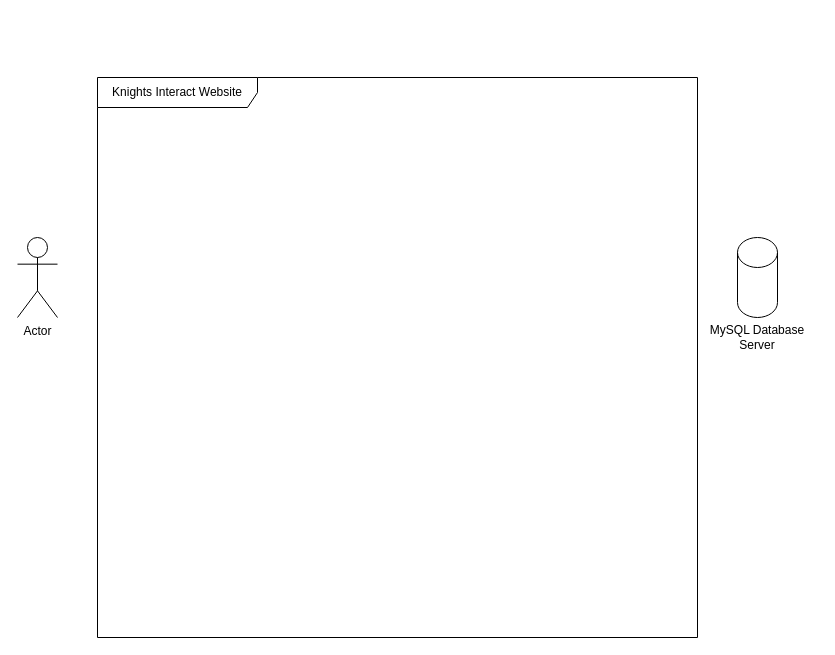
The draw.io diagram Untitled Diagram.drawio in MWaldrep2000/COP4331-26-Fall2020, before the edit. Source tidied: cells renumbered, new cells numbered last; positions are measured from the earlier drawing's top-left corner, leaving out a move shared by most shapes. Both pictures are drawn from the tidied source at 100%, with x=0, y=0 at pixel (17, 77).
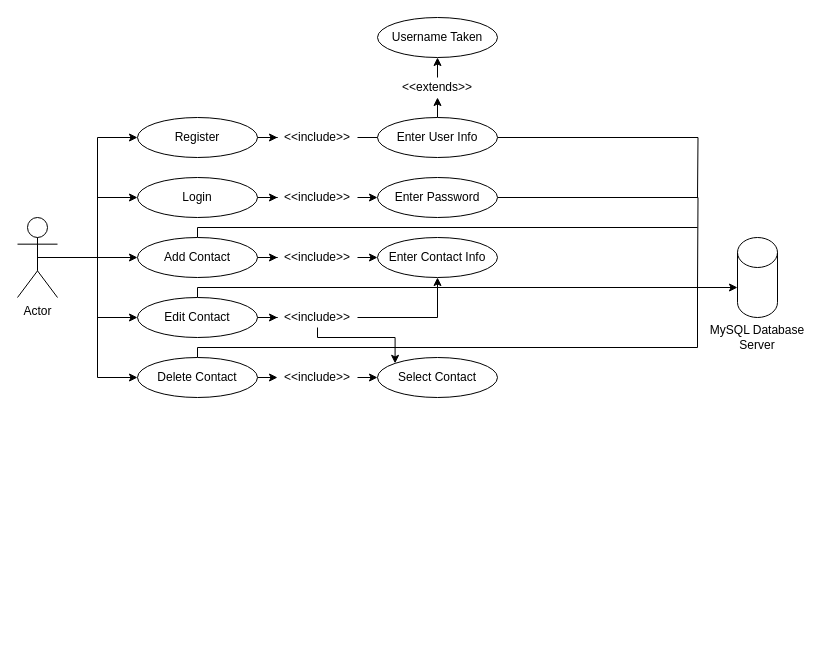
After the change.

Unchanged cells that the change refers to:
```xml
<mxCell id="4" style="shape=cylinder2;whiteSpace=wrap;html=1;boundedLbl=1;backgroundOutline=1;size=15;" parent="1" vertex="1">
  <mxGeometry x="720" y="160" width="40" height="80" as="geometry" />
</mxCell>
```

Diff of the diagram source:
```diff
@@
+    <mxCell id="6" style="edgeStyle=orthogonalEdgeStyle;rounded=0;jettySize=auto;html=1;exitX=0.5;exitY=0.5;exitDx=0;exitDy=0;exitPerimeter=0;" parent="1" edge="1" source="2" target="14">
+      <mxGeometry relative="1" as="geometry">
+        <Array as="points">
+          <mxPoint x="80" y="180" />
+          <mxPoint x="80" y="60" />
+        </Array>
+      </mxGeometry>
+    </mxCell>
+    <mxCell id="7" style="edgeStyle=orthogonalEdgeStyle;rounded=0;jettySize=auto;html=1;exitX=0.5;exitY=0.5;exitDx=0;exitDy=0;exitPerimeter=0;" parent="1" edge="1" source="2" target="12">
+      <mxGeometry relative="1" as="geometry">
+        <Array as="points">
+          <mxPoint x="80" y="180" />
+          <mxPoint x="80" y="120" />
+        </Array>
+      </mxGeometry>
+    </mxCell>
+    <mxCell id="8" style="edgeStyle=orthogonalEdgeStyle;rounded=0;jettySize=auto;html=1;exitX=0.5;exitY=0.5;exitDx=0;exitDy=0;exitPerimeter=0;entryX=0;entryY=0.5;entryDx=0;entryDy=0;" parent="1" edge="1" source="2" target="30">
+      <mxGeometry relative="1" as="geometry" />
+    </mxCell>
+    <mxCell id="9" style="edgeStyle=orthogonalEdgeStyle;rounded=0;jettySize=auto;html=1;exitX=0.5;exitY=0.5;exitDx=0;exitDy=0;exitPerimeter=0;entryX=0;entryY=0.5;entryDx=0;entryDy=0;" parent="1" edge="1" source="2" target="36">
+      <mxGeometry relative="1" as="geometry" />
+    </mxCell>
+    <mxCell id="10" style="edgeStyle=orthogonalEdgeStyle;rounded=0;jettySize=auto;html=1;exitX=0.5;exitY=0.5;exitDx=0;exitDy=0;exitPerimeter=0;entryX=0;entryY=0.5;entryDx=0;entryDy=0;" parent="1" edge="1" source="2" target="42">
+      <mxGeometry relative="1" as="geometry" />
+    </mxCell>
     <mxCell id="2" value="Actor" style="shape=umlActor;verticalLabelPosition=bottom;verticalAlign=top;html=1;outlineConnect=0;" parent="1" vertex="1">
-      <mxGeometry y="160" width="40" height="80" as="geometry" />
+      <mxGeometry y="140" width="40" height="80" as="geometry" />
     </mxCell>
-    <mxCell id="3" value="Knights Interact Website" style="shape=umlFrame;whiteSpace=wrap;html=1;width=160;height=30;" parent="1" vertex="1">
-      <mxGeometry x="80" width="600" height="560" as="geometry" />
-    </mxCell>
@@
+    <mxCell id="11" style="edgeStyle=orthogonalEdgeStyle;rounded=0;jettySize=auto;html=1;exitX=1;exitY=0.5;exitDx=0;exitDy=0;" parent="1" edge="1" source="12" target="27">
+      <mxGeometry relative="1" as="geometry" />
+    </mxCell>
+    <mxCell id="12" value="Login" style="ellipse;whiteSpace=wrap;html=1;" parent="1" vertex="1">
+      <mxGeometry x="120" y="100" width="120" height="40" as="geometry" />
+    </mxCell>
+    <mxCell id="13" style="edgeStyle=orthogonalEdgeStyle;rounded=0;jettySize=auto;html=1;exitX=1;exitY=0.5;exitDx=0;exitDy=0;" parent="1" edge="1" source="14" target="23">
+      <mxGeometry relative="1" as="geometry" />
+    </mxCell>
+    <mxCell id="14" value="Register" style="ellipse;whiteSpace=wrap;html=1;" parent="1" vertex="1">
+      <mxGeometry x="120" y="40" width="120" height="40" as="geometry" />
+    </mxCell>
+    <mxCell id="15" style="edgeStyle=orthogonalEdgeStyle;rounded=0;jettySize=auto;html=1;exitX=1;exitY=0.5;exitDx=0;exitDy=0;endArrow=none;endFill=0;" parent="1" edge="1" source="18">
+      <mxGeometry relative="1" as="geometry">
+        <mxPoint x="680" y="120" as="targetPoint" />
+      </mxGeometry>
+    </mxCell>
+    <mxCell id="16" value="Username Taken" style="ellipse;whiteSpace=wrap;html=1;" parent="1" vertex="1">
+      <mxGeometry x="360" y="-60" width="120" height="40" as="geometry" />
+    </mxCell>
+    <mxCell id="17" style="edgeStyle=orthogonalEdgeStyle;rounded=0;jettySize=auto;html=1;exitX=0.5;exitY=0;exitDx=0;exitDy=0;entryX=0.5;entryY=1;entryDx=0;entryDy=0;endArrow=classic;endFill=1;" parent="1" edge="1" source="18" target="20">
+      <mxGeometry relative="1" as="geometry" />
+    </mxCell>
+    <mxCell id="18" value="Enter User Info" style="ellipse;whiteSpace=wrap;html=1;" parent="1" vertex="1">
+      <mxGeometry x="360" y="40" width="120" height="40" as="geometry" />
+    </mxCell>
+    <mxCell id="19" style="edgeStyle=orthogonalEdgeStyle;rounded=0;jettySize=auto;html=1;exitX=0.5;exitY=0;exitDx=0;exitDy=0;entryX=0.5;entryY=1;entryDx=0;entryDy=0;endArrow=classic;endFill=1;" parent="1" edge="1" source="20" target="16">
+      <mxGeometry relative="1" as="geometry" />
+    </mxCell>
+    <mxCell id="20" value="&amp;lt;&amp;lt;extends&amp;gt;&amp;gt;" style="text;html=1;strokeColor=none;fillColor=none;align=center;verticalAlign=middle;whiteSpace=wrap;rounded=0;" parent="1" vertex="1">
+      <mxGeometry x="380" width="80" height="20" as="geometry" />
+    </mxCell>
+    <mxCell id="21" style="edgeStyle=orthogonalEdgeStyle;rounded=0;orthogonalLoop=1;jettySize=auto;html=1;exitX=0.5;exitY=1;exitDx=0;exitDy=0;" parent="1" edge="1" source="20" target="20">
+      <mxGeometry relative="1" as="geometry" />
+    </mxCell>
+    <mxCell id="22" style="edgeStyle=orthogonalEdgeStyle;rounded=0;jettySize=auto;html=1;exitX=1;exitY=0.5;exitDx=0;exitDy=0;entryX=0;entryY=0.5;entryDx=0;entryDy=0;endArrow=none;endFill=0;" parent="1" edge="1" source="23" target="18">
+      <mxGeometry relative="1" as="geometry" />
+    </mxCell>
+    <mxCell id="23" value="&amp;lt;&amp;lt;include&amp;gt;&amp;gt;" style="text;html=1;strokeColor=none;fillColor=none;align=center;verticalAlign=middle;whiteSpace=wrap;rounded=0;" parent="1" vertex="1">
+      <mxGeometry x="260" y="50" width="80" height="20" as="geometry" />
+    </mxCell>
+    <mxCell id="24" style="edgeStyle=orthogonalEdgeStyle;rounded=0;jettySize=auto;html=1;exitX=1;exitY=0.5;exitDx=0;exitDy=0;endArrow=none;endFill=0;" parent="1" edge="1" source="25">
+      <mxGeometry relative="1" as="geometry">
+        <mxPoint x="680" y="210" as="targetPoint" />
+      </mxGeometry>
+    </mxCell>
+    <mxCell id="25" value="Enter Password" style="ellipse;whiteSpace=wrap;html=1;" parent="1" vertex="1">
+      <mxGeometry x="360" y="100" width="120" height="40" as="geometry" />
+    </mxCell>
+    <mxCell id="26" style="edgeStyle=orthogonalEdgeStyle;rounded=0;jettySize=auto;html=1;exitX=1;exitY=0.5;exitDx=0;exitDy=0;entryX=0;entryY=0.5;entryDx=0;entryDy=0;" parent="1" edge="1" source="27" target="25">
+      <mxGeometry relative="1" as="geometry" />
+    </mxCell>
+    <mxCell id="27" value="&amp;lt;&amp;lt;include&amp;gt;&amp;gt;" style="text;html=1;strokeColor=none;fillColor=none;align=center;verticalAlign=middle;whiteSpace=wrap;rounded=0;" parent="1" vertex="1">
+      <mxGeometry x="260" y="110" width="80" height="20" as="geometry" />
+    </mxCell>
+    <mxCell id="28" style="edgeStyle=orthogonalEdgeStyle;rounded=0;jettySize=auto;html=1;exitX=1;exitY=0.5;exitDx=0;exitDy=0;" parent="1" edge="1" source="30" target="33">
+      <mxGeometry relative="1" as="geometry" />
+    </mxCell>
+    <mxCell id="29" style="edgeStyle=orthogonalEdgeStyle;rounded=0;jettySize=auto;html=1;exitX=0.5;exitY=0;exitDx=0;exitDy=0;endArrow=none;endFill=0;" parent="1" edge="1" source="30">
+      <mxGeometry relative="1" as="geometry">
+        <mxPoint x="680" y="150" as="targetPoint" />
+        <Array as="points">
+          <mxPoint x="180" y="150" />
+        </Array>
+      </mxGeometry>
+    </mxCell>
+    <mxCell id="30" value="Add Contact" style="ellipse;whiteSpace=wrap;html=1;" parent="1" vertex="1">
+      <mxGeometry x="120" y="160" width="120" height="40" as="geometry" />
+    </mxCell>
+    <mxCell id="31" value="Enter Contact Info" style="ellipse;whiteSpace=wrap;html=1;" parent="1" vertex="1">
+      <mxGeometry x="360" y="160" width="120" height="40" as="geometry" />
+    </mxCell>
+    <mxCell id="32" style="edgeStyle=orthogonalEdgeStyle;rounded=0;jettySize=auto;html=1;exitX=1;exitY=0.5;exitDx=0;exitDy=0;entryX=0;entryY=0.5;entryDx=0;entryDy=0;" parent="1" edge="1" source="33" target="31">
+      <mxGeometry relative="1" as="geometry" />
+    </mxCell>
+    <mxCell id="33" value="&amp;lt;&amp;lt;include&amp;gt;&amp;gt;" style="text;html=1;strokeColor=none;fillColor=none;align=center;verticalAlign=middle;whiteSpace=wrap;rounded=0;" parent="1" vertex="1">
+      <mxGeometry x="260" y="170" width="80" height="20" as="geometry" />
+    </mxCell>
+    <mxCell id="34" style="edgeStyle=orthogonalEdgeStyle;rounded=0;jettySize=auto;html=1;exitX=1;exitY=0.5;exitDx=0;exitDy=0;" parent="1" edge="1" source="36" target="39">
+      <mxGeometry relative="1" as="geometry" />
+    </mxCell>
+    <mxCell id="35" style="edgeStyle=orthogonalEdgeStyle;rounded=0;jettySize=auto;html=1;exitX=0.5;exitY=0;exitDx=0;exitDy=0;" parent="1" edge="1" source="36" target="4">
+      <mxGeometry relative="1" as="geometry">
+        <Array as="points">
+          <mxPoint x="180" y="210" />
+        </Array>
+      </mxGeometry>
+    </mxCell>
+    <mxCell id="36" value="Edit Contact" style="ellipse;whiteSpace=wrap;html=1;" parent="1" vertex="1">
+      <mxGeometry x="120" y="220" width="120" height="40" as="geometry" />
+    </mxCell>
+    <mxCell id="37" style="edgeStyle=orthogonalEdgeStyle;rounded=0;jettySize=auto;html=1;exitX=1;exitY=0.5;exitDx=0;exitDy=0;entryX=0.5;entryY=1;entryDx=0;entryDy=0;" parent="1" edge="1" source="39" target="31">
+      <mxGeometry relative="1" as="geometry" />
+    </mxCell>
+    <mxCell id="38" style="edgeStyle=orthogonalEdgeStyle;rounded=0;jettySize=auto;html=1;exitX=0.5;exitY=1;exitDx=0;exitDy=0;entryX=0;entryY=0;entryDx=0;entryDy=0;" parent="1" edge="1" source="39" target="44">
+      <mxGeometry relative="1" as="geometry">
+        <Array as="points">
+          <mxPoint x="300" y="260" />
+          <mxPoint x="378" y="260" />
+        </Array>
+      </mxGeometry>
+    </mxCell>
+    <mxCell id="39" value="&amp;lt;&amp;lt;include&amp;gt;&amp;gt;" style="text;html=1;strokeColor=none;fillColor=none;align=center;verticalAlign=middle;whiteSpace=wrap;rounded=0;" parent="1" vertex="1">
+      <mxGeometry x="260" y="230" width="80" height="20" as="geometry" />
+    </mxCell>
+    <mxCell id="40" style="edgeStyle=orthogonalEdgeStyle;rounded=0;jettySize=auto;html=1;exitX=1;exitY=0.5;exitDx=0;exitDy=0;entryX=0;entryY=0.5;entryDx=0;entryDy=0;" parent="1" edge="1" source="42" target="46">
+      <mxGeometry relative="1" as="geometry" />
+    </mxCell>
+    <mxCell id="41" style="edgeStyle=orthogonalEdgeStyle;rounded=0;jettySize=auto;html=1;exitX=0.5;exitY=0;exitDx=0;exitDy=0;endArrow=none;endFill=0;" parent="1" edge="1" source="42">
+      <mxGeometry relative="1" as="geometry">
+        <mxPoint x="680" y="210" as="targetPoint" />
+        <Array as="points">
+          <mxPoint x="180" y="270" />
+          <mxPoint x="680" y="270" />
+        </Array>
+      </mxGeometry>
+    </mxCell>
+    <mxCell id="42" value="Delete Contact" style="ellipse;whiteSpace=wrap;html=1;" parent="1" vertex="1">
+      <mxGeometry x="120" y="280" width="120" height="40" as="geometry" />
+    </mxCell>
+    <mxCell id="43" style="edgeStyle=orthogonalEdgeStyle;rounded=0;jettySize=auto;html=1;exitX=0.5;exitY=0;exitDx=0;exitDy=0;" parent="1" edge="1" source="44">
+      <mxGeometry relative="1" as="geometry">
+        <mxPoint x="420" y="280" as="targetPoint" />
+      </mxGeometry>
+    </mxCell>
+    <mxCell id="44" value="Select Contact" style="ellipse;whiteSpace=wrap;html=1;" parent="1" vertex="1">
+      <mxGeometry x="360" y="280" width="120" height="40" as="geometry" />
+    </mxCell>
+    <mxCell id="45" style="edgeStyle=orthogonalEdgeStyle;rounded=0;jettySize=auto;html=1;exitX=1;exitY=0.5;exitDx=0;exitDy=0;entryX=0;entryY=0.5;entryDx=0;entryDy=0;" parent="1" edge="1" source="46" target="44">
+      <mxGeometry relative="1" as="geometry" />
+    </mxCell>
+    <mxCell id="46" value="&amp;lt;&amp;lt;include&amp;gt;&amp;gt;" style="text;html=1;strokeColor=none;fillColor=none;align=center;verticalAlign=middle;whiteSpace=wrap;rounded=0;" parent="1" vertex="1">
+      <mxGeometry x="260" y="290" width="80" height="20" as="geometry" />
+    </mxCell>
```
